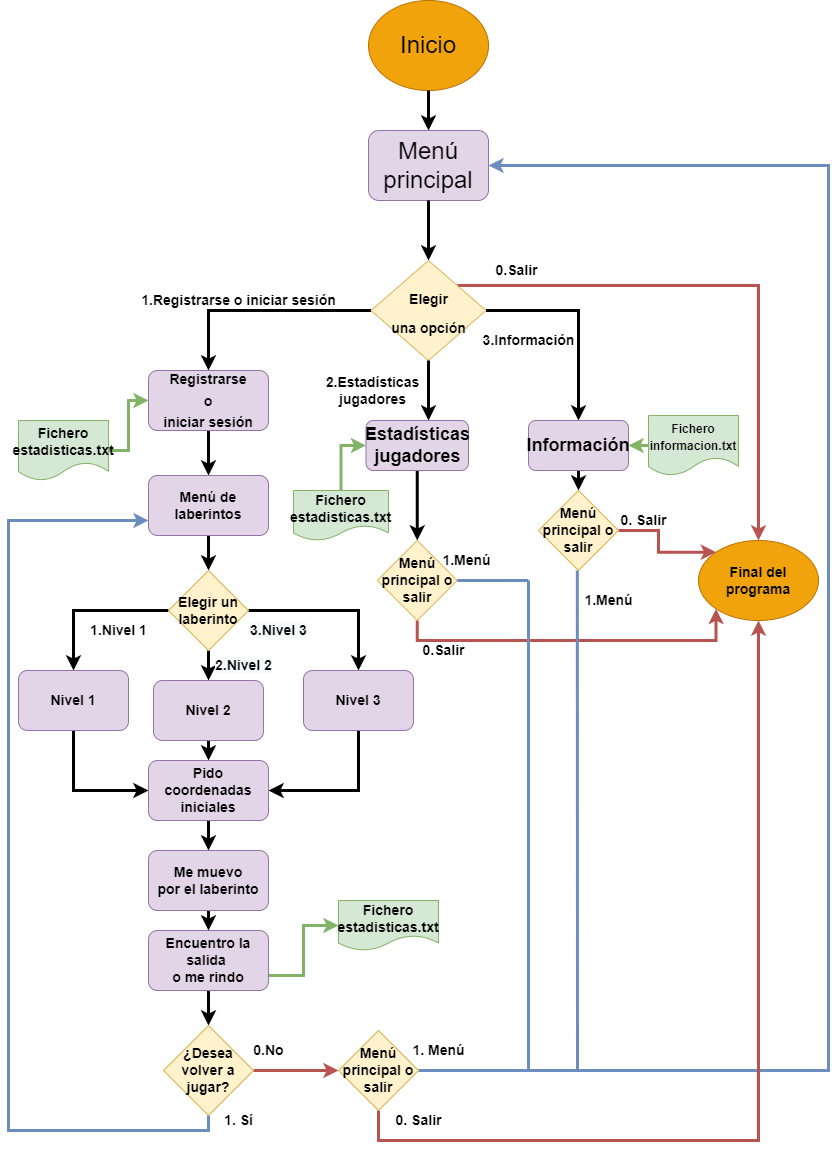
Before: diagrama_de_flujo.png, a diagram exported from draw.io (aigora/twE100_2122-te-has-perdido). Source tidied: cells renumbered, new cells last; positions are measured from the earlier drawing's top-left corner, leaving out a move shared by most shapes.
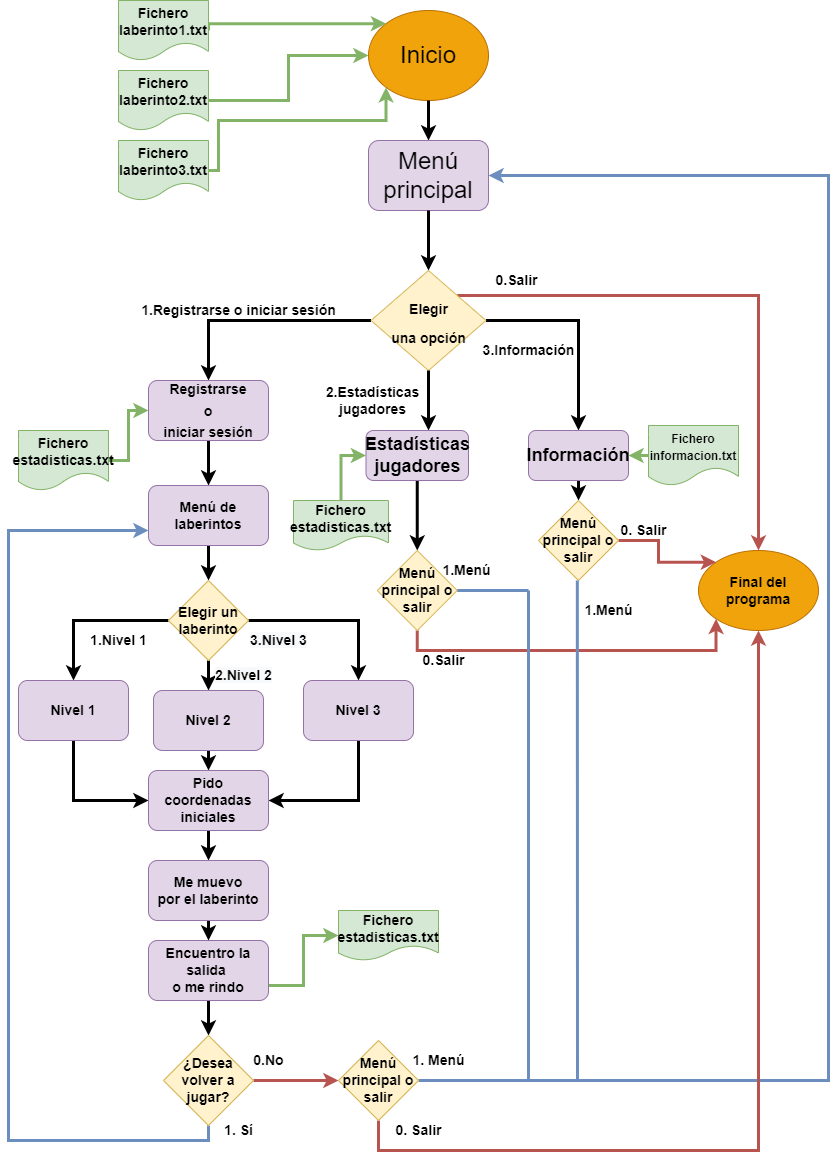
Above is the later version.

Commit message:
Cambio en el diagrama de flujo

Change to the diagram source:
```diff
@@ -244,5 +244,33 @@
     <mxCell id="71" value="&lt;b&gt;Me muevo&lt;br&gt;por el laberinto&lt;/b&gt;" style="rounded=1;whiteSpace=wrap;html=1;fontSize=14;fillColor=#e1d5e7;strokeColor=#9673a6;" parent="1" vertex="1">
       <mxGeometry x="140" y="850" width="120" height="60" as="geometry" />
     </mxCell>
+    <mxCell id="72" style="edgeStyle=orthogonalEdgeStyle;rounded=0;jettySize=auto;html=1;exitX=1;exitY=0.5;exitDx=0;exitDy=0;entryX=0;entryY=1;entryDx=0;entryDy=0;strokeWidth=3;fillColor=#d5e8d4;strokeColor=#82b366;" parent="1" edge="1" source="73" target="2">
+      <mxGeometry relative="1" as="geometry">
+        <Array as="points">
+          <mxPoint x="210" y="160" />
+          <mxPoint x="210" y="110" />
+          <mxPoint x="378" y="110" />
+        </Array>
+      </mxGeometry>
+    </mxCell>
+    <mxCell id="73" value="&lt;b&gt;Fichero&lt;/b&gt;&lt;b&gt;&lt;br&gt;laberinto3.txt&lt;/b&gt;" style="shape=document;whiteSpace=wrap;html=1;boundedLbl=1;fontSize=14;fillColor=#d5e8d4;strokeColor=#82b366;" parent="1" vertex="1">
+      <mxGeometry x="110" y="130" width="90" height="60" as="geometry" />
+    </mxCell>
+    <mxCell id="74" style="edgeStyle=orthogonalEdgeStyle;rounded=0;jettySize=auto;html=1;exitX=1;exitY=0.5;exitDx=0;exitDy=0;entryX=0;entryY=0.5;entryDx=0;entryDy=0;strokeWidth=3;fillColor=#d5e8d4;strokeColor=#82b366;" parent="1" edge="1" source="75" target="2">
+      <mxGeometry relative="1" as="geometry" />
+    </mxCell>
+    <mxCell id="75" value="&lt;b&gt;Fichero&lt;/b&gt;&lt;b&gt;&lt;br&gt;laberinto2.txt&lt;/b&gt;" style="shape=document;whiteSpace=wrap;html=1;boundedLbl=1;fontSize=14;fillColor=#d5e8d4;strokeColor=#82b366;" parent="1" vertex="1">
+      <mxGeometry x="110" y="60" width="90" height="60" as="geometry" />
+    </mxCell>
+    <mxCell id="76" style="edgeStyle=orthogonalEdgeStyle;rounded=0;jettySize=auto;html=1;exitX=1;exitY=0.5;exitDx=0;exitDy=0;entryX=0;entryY=0;entryDx=0;entryDy=0;strokeWidth=3;fillColor=#d5e8d4;strokeColor=#82b366;" parent="1" edge="1" source="77" target="2">
+      <mxGeometry relative="1" as="geometry">
+        <Array as="points">
+          <mxPoint x="200" y="13" />
+        </Array>
+      </mxGeometry>
+    </mxCell>
+    <mxCell id="77" value="&lt;b&gt;Fichero&lt;/b&gt;&lt;b&gt;&lt;br&gt;laberinto1.txt&lt;/b&gt;" style="shape=document;whiteSpace=wrap;html=1;boundedLbl=1;fontSize=14;fillColor=#d5e8d4;strokeColor=#82b366;" parent="1" vertex="1">
+      <mxGeometry x="110" y="-10" width="90" height="60" as="geometry" />
+    </mxCell>
   </root>
 </mxGraphModel>
```
